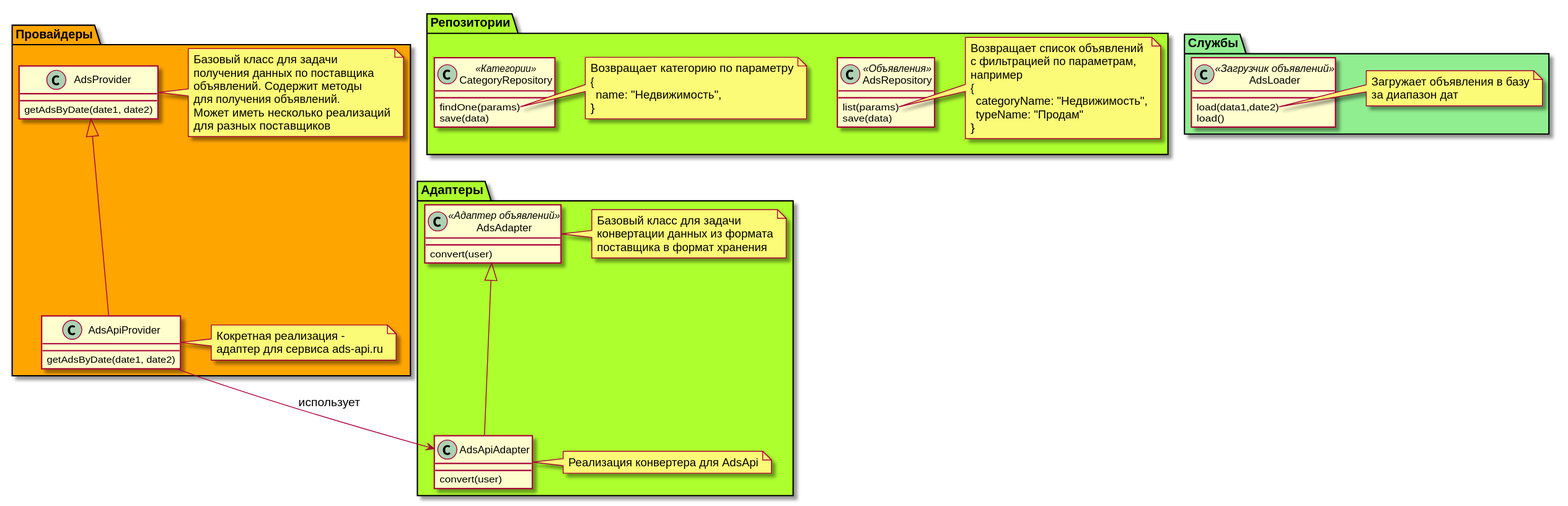
The PlantUML diagram docs/entities.svg in ilb/adsviewer, before a commit.
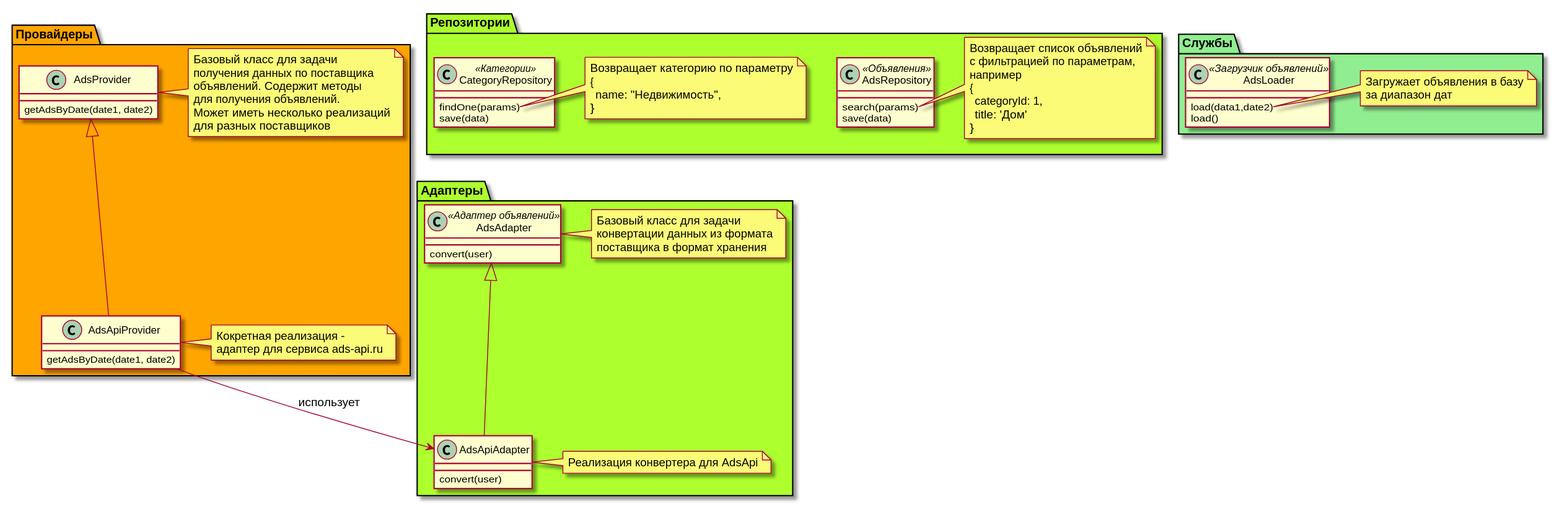
After the change.

Change to the diagram source:
```diff
@@ -53,16 +53,16 @@
 package Репозитории #GreenYellow {
 
   class AdsRepository <<Объявления>> {
-    list(params)
+    search(params)
     save(data)
   }
-  note right of AdsRepository::list
+  note right of AdsRepository::search
     Возвращает список объявлений
     с фильтрацией по параметрам,
     например
     {
-      categoryName: "Недвижимость",
-      typeName: "Продам"
+      categoryId: 1,
+      title: 'Дом'
     }
   end note
 
```
